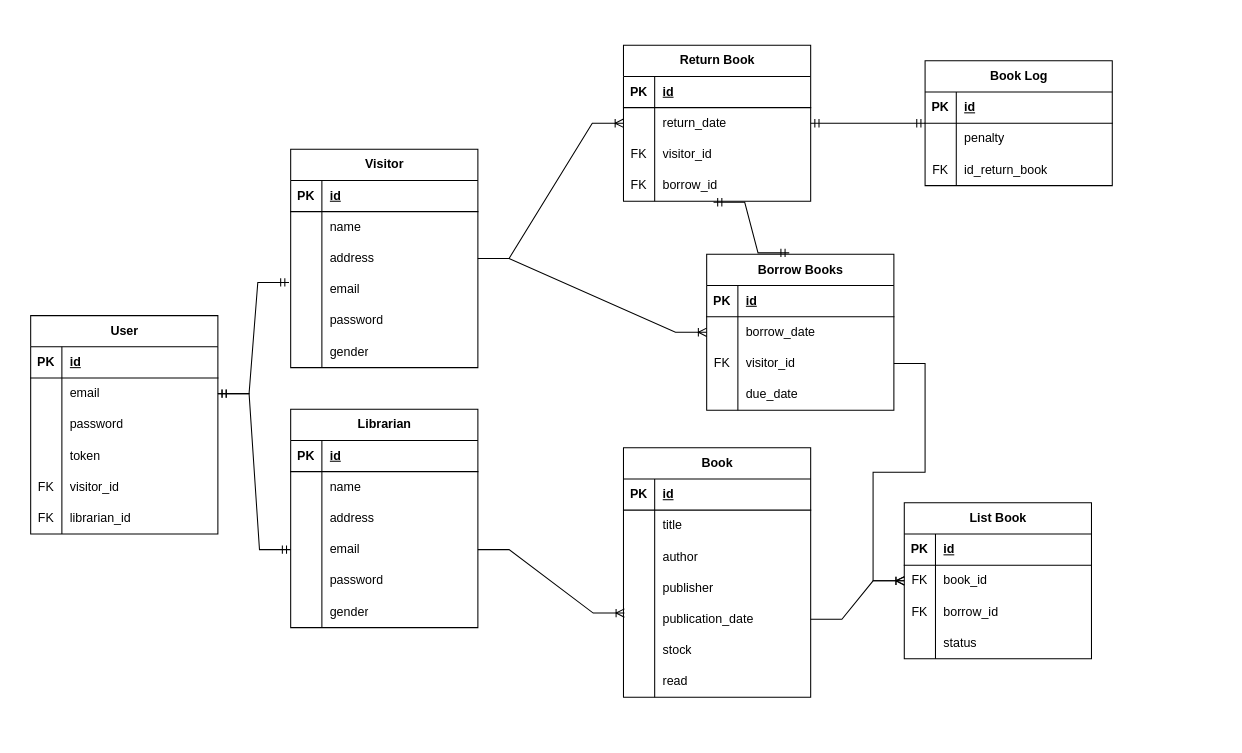
This is page "Entity" (1 of 3) of Diagram Tanpa Judul.drawio from Syaal/library, a draw.io file, before an edit. Source tidied: cells renumbered, new cells numbered last; positions are measured from the earlier drawing's top-left corner, leaving out a move shared by most shapes. Both pictures are drawn from the tidied source at 104%, with x=0, y=0 at pixel (18, 18).
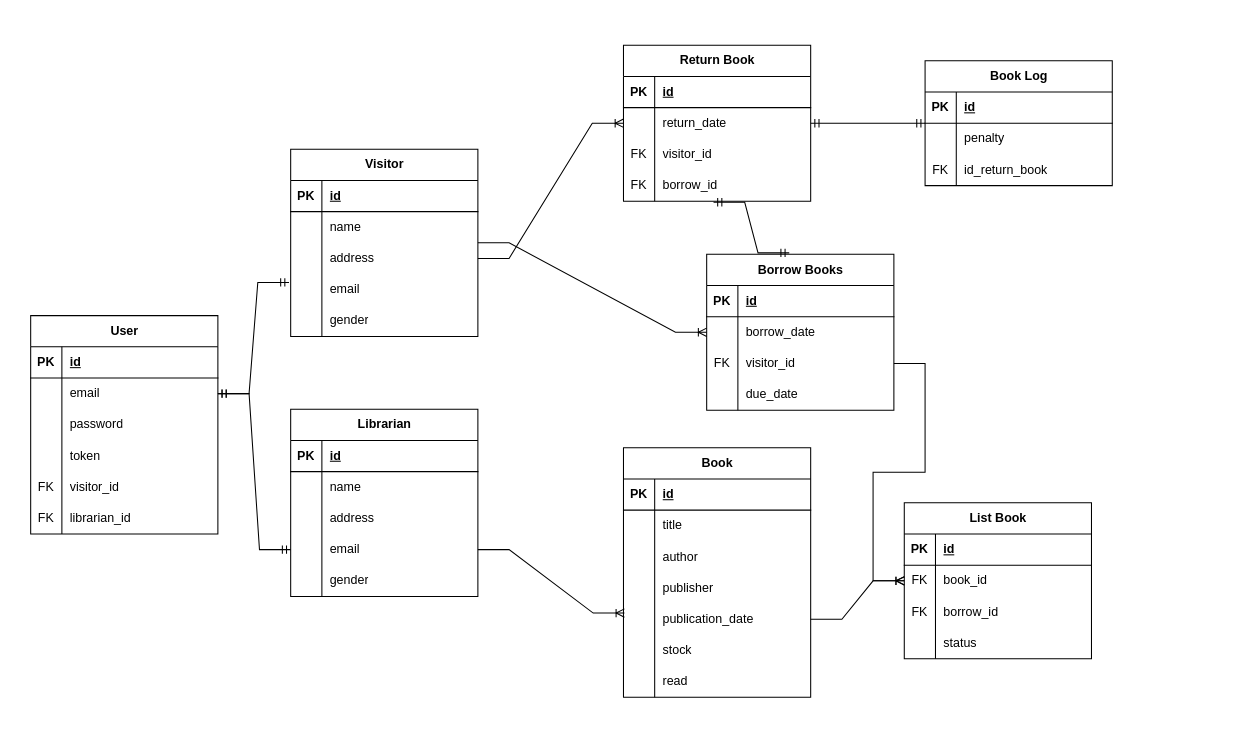
After the change.

Commit message:
hapus password di tabel visitor and librarian

What changed in the source:
```diff
@@
-    <mxCell id="2" style="rounded=0;whiteSpace=wrap;html=1;fillColor=none;strokeColor=none;" parent="1" vertex="1">
-      <mxGeometry width="1160" height="690" as="geometry" />
-    </mxCell>
@@
     <mxCell id="25" value="Visitor" style="shape=table;startSize=30;childLayout=tableLayout;rowLines=0;fontStyle=1;align=center;html=1;" parent="1" vertex="1">
-      <mxGeometry x="262" y="126" width="180" height="210" as="geometry" />
+      <mxGeometry x="262" y="126" width="180" height="180" as="geometry" />
     </mxCell>
@@
-    <mxCell id="38" style="shape=tableRow;horizontal=0;startSize=0;swimlaneHead=0;swimlaneBody=0;fillColor=none;top=0;left=0;right=0;bottom=0;" parent="25" vertex="1">
-      <mxGeometry y="150" width="180" height="30" as="geometry" />
-    </mxCell>
-    <mxCell id="39" style="shape=partialRectangle;fillColor=none;top=0;left=0;bottom=0;right=0;overflow=hidden;whiteSpace=wrap;html=1;" parent="38" vertex="1">
-      <mxGeometry width="30" height="30" as="geometry" />
-    </mxCell>
-    <mxCell id="40" value="password" style="shape=partialRectangle;fillColor=none;top=0;left=0;bottom=0;right=0;align=left;spacingLeft=6;overflow=hidden;whiteSpace=wrap;html=1;" parent="38" vertex="1">
-      <mxGeometry x="30" width="150" height="30" as="geometry" />
-    </mxCell>
     <mxCell id="41" style="shape=tableRow;horizontal=0;startSize=0;swimlaneHead=0;swimlaneBody=0;fillColor=none;top=0;left=0;right=0;bottom=0;" parent="25" vertex="1">
-      <mxGeometry y="180" width="180" height="30" as="geometry" />
+      <mxGeometry y="150" width="180" height="30" as="geometry" />
     </mxCell>
@@
     <mxCell id="83" value="Librarian" style="shape=table;startSize=30;childLayout=tableLayout;rowLines=0;fontStyle=1;align=center;html=1;" parent="1" vertex="1">
-      <mxGeometry x="262" y="376" width="180" height="210" as="geometry" />
+      <mxGeometry x="262" y="376" width="180" height="180" as="geometry" />
     </mxCell>
@@
-    <mxCell id="96" style="shape=tableRow;horizontal=0;startSize=0;swimlaneHead=0;swimlaneBody=0;fillColor=none;top=0;left=0;right=0;bottom=0;" parent="83" vertex="1">
-      <mxGeometry y="150" width="180" height="30" as="geometry" />
-    </mxCell>
-    <mxCell id="97" style="shape=partialRectangle;fillColor=none;top=0;left=0;bottom=0;right=0;overflow=hidden;whiteSpace=wrap;html=1;" parent="96" vertex="1">
-      <mxGeometry width="30" height="30" as="geometry" />
-    </mxCell>
-    <mxCell id="98" value="password" style="shape=partialRectangle;fillColor=none;top=0;left=0;bottom=0;right=0;align=left;spacingLeft=6;overflow=hidden;whiteSpace=wrap;html=1;" parent="96" vertex="1">
-      <mxGeometry x="30" width="150" height="30" as="geometry" />
-    </mxCell>
     <mxCell id="99" style="shape=tableRow;horizontal=0;startSize=0;swimlaneHead=0;swimlaneBody=0;fillColor=none;top=0;left=0;right=0;bottom=0;" parent="83" vertex="1">
-      <mxGeometry y="180" width="180" height="30" as="geometry" />
+      <mxGeometry y="150" width="180" height="30" as="geometry" />
     </mxCell>
```
